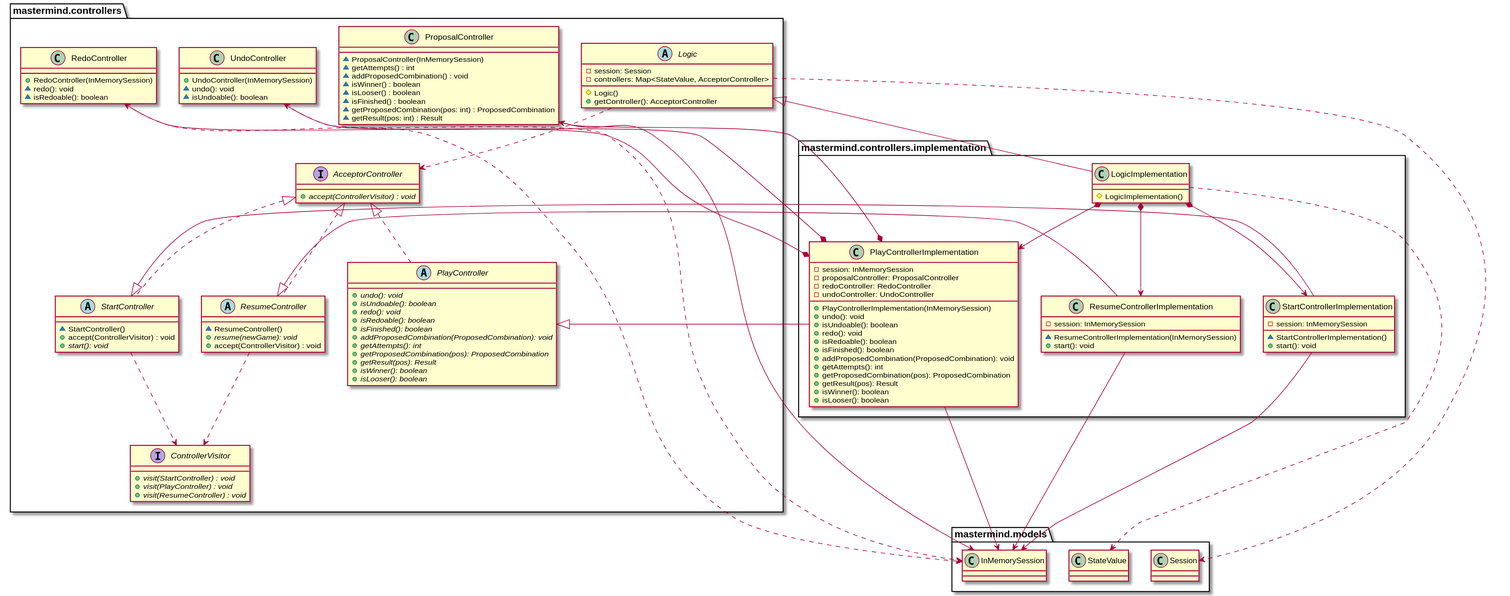
Before: docs/mastermind.controllers.svg, a diagram exported from PlantUML (juanaviladev/dcs-mastermind). Its diagram source:
```plantuml
@startuml

top to bottom direction

interface mastermind.controllers.AcceptorController {
    + {abstract} accept(ControllerVisitor) : void
}
interface mastermind.controllers.ControllerVisitor {
     + {abstract} visit(StartController) : void
     + {abstract} visit(PlayController) : void
     + {abstract} visit(ResumeController) : void
}

class mastermind.controllers.RedoController {
    + RedoController(InMemorySession)
    ~ redo(): void
    ~ isRedoable(): boolean
}
mastermind.controllers.RedoController ..> mastermind.models.InMemorySession

class mastermind.controllers.UndoController {
    + UndoController(InMemorySession)
    ~ undo(): void
    ~ isUndoable(): boolean
}
mastermind.controllers.UndoController ..> mastermind.models.InMemorySession

class mastermind.controllers.ProposalController {
    ~ ProposalController(InMemorySession)
    ~ getAttempts() : int
    ~ addProposedCombination() : void
    ~ isWinner() : boolean
    ~ isLooser() : boolean
    ~ isFinished() : boolean
    ~ getProposedCombination(pos: int) : ProposedCombination
    ~ getResult(pos: int) : Result
}
mastermind.controllers.ProposalController --> mastermind.models.InMemorySession

abstract class mastermind.controllers.PlayController {
    + {abstract} undo(): void
    + {abstract} isUndoable(): boolean
    + {abstract} redo(): void
    + {abstract} isRedoable(): boolean
    + {abstract} isFinished(): boolean
    + {abstract} addProposedCombination(ProposedCombination): void
    + {abstract} getAttempts(): int
    + {abstract} getProposedCombination(pos): ProposedCombination
    + {abstract} getResult(pos): Result
    + {abstract} isWinner(): boolean
    + {abstract} isLooser(): boolean
}
mastermind.controllers.AcceptorController <|.. mastermind.controllers.PlayController

class mastermind.controllers.implementation.PlayControllerImplementation {
    - session: InMemorySession
    - proposalController: ProposalController
    - redoController: RedoController
    - undoController: UndoController
    + PlayControllerImplementation(InMemorySession)
    + undo(): void
    + isUndoable(): boolean
    + redo(): void
    + isRedoable(): boolean
    + isFinished(): boolean
    + addProposedCombination(ProposedCombination): void
    + getAttempts(): int
    + getProposedCombination(pos): ProposedCombination
    + getResult(pos): Result
    + isWinner(): boolean
    + isLooser(): boolean
}
mastermind.controllers.PlayController <|-- mastermind.controllers.implementation.PlayControllerImplementation
mastermind.controllers.implementation.PlayControllerImplementation --> mastermind.models.InMemorySession
mastermind.controllers.implementation.PlayControllerImplementation *--> mastermind.controllers.ProposalController
mastermind.controllers.implementation.PlayControllerImplementation *--> mastermind.controllers.UndoController
mastermind.controllers.implementation.PlayControllerImplementation *--> mastermind.controllers.RedoController

abstract class mastermind.controllers.ResumeController {
   ~ ResumeController()
   + {abstract} resume(newGame): void
   + accept(ControllerVisitor) : void
}
mastermind.controllers.AcceptorController <|.. mastermind.controllers.ResumeController
mastermind.controllers.ResumeController ..> mastermind.controllers.ControllerVisitor

class mastermind.controllers.implementation.ResumeControllerImplementation {
    - session: InMemorySession
    ~ ResumeControllerImplementation(InMemorySession)
    + start(): void
 }
mastermind.controllers.ResumeController <|-- mastermind.controllers.implementation.ResumeControllerImplementation
mastermind.controllers.implementation.ResumeControllerImplementation ---> mastermind.models.InMemorySession

abstract class mastermind.controllers.StartController {
   ~ StartController()
   + accept(ControllerVisitor) : void
   + {abstract} start(): void
}
mastermind.controllers.AcceptorController <|.. mastermind.controllers.StartController
mastermind.controllers.StartController ..> mastermind.controllers.ControllerVisitor

class mastermind.controllers.implementation.StartControllerImplementation {
    - session: InMemorySession
   ~ StartControllerImplementation()
   + start(): void
}
mastermind.controllers.StartController <|-- mastermind.controllers.implementation.StartControllerImplementation
mastermind.controllers.implementation.StartControllerImplementation --> mastermind.models.InMemorySession

abstract class mastermind.controllers.Logic {
    - session: Session
    - controllers: Map<StateValue, AcceptorController>
    # Logic()
    + getController(): AcceptorController
}
mastermind.controllers.Logic ..> mastermind.controllers.AcceptorController
mastermind.controllers.Logic ..> mastermind.models.Session

class mastermind.controllers.implementation.LogicImplementation {
    # LogicImplementation()
}
mastermind.controllers.Logic <|-- mastermind.controllers.implementation.LogicImplementation
mastermind.controllers.implementation.LogicImplementation *--> mastermind.controllers.implementation.PlayControllerImplementation
mastermind.controllers.implementation.LogicImplementation *--> mastermind.controllers.implementation.StartControllerImplementation
mastermind.controllers.implementation.LogicImplementation *--> mastermind.controllers.implementation.ResumeControllerImplementation
mastermind.controllers.implementation.LogicImplementation ..> mastermind.models.StateValue

@enduml
```
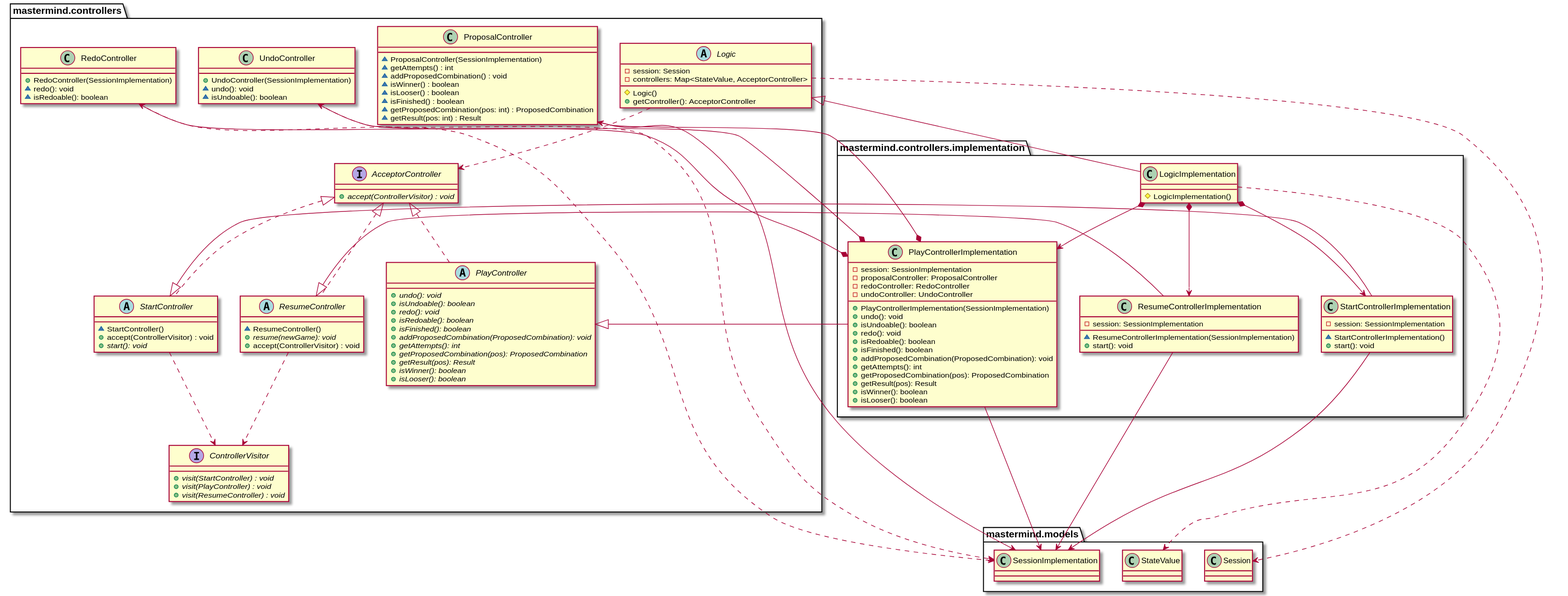
The same file after the commit.

The edit, as a diff of the source:
```diff
@@ -12,21 +12,21 @@
 }
 
 class mastermind.controllers.RedoController {
-    + RedoController(InMemorySession)
+    + RedoController(SessionImplementation)
     ~ redo(): void
     ~ isRedoable(): boolean
 }
-mastermind.controllers.RedoController ..> mastermind.models.InMemorySession
+mastermind.controllers.RedoController ..> mastermind.models.SessionImplementation
 
 class mastermind.controllers.UndoController {
-    + UndoController(InMemorySession)
+    + UndoController(SessionImplementation)
     ~ undo(): void
     ~ isUndoable(): boolean
 }
-mastermind.controllers.UndoController ..> mastermind.models.InMemorySession
+mastermind.controllers.UndoController ..> mastermind.models.SessionImplementation
 
 class mastermind.controllers.ProposalController {
-    ~ ProposalController(InMemorySession)
+    ~ ProposalController(SessionImplementation)
     ~ getAttempts() : int
     ~ addProposedCombination() : void
     ~ isWinner() : boolean
@@ -35,7 +35,7 @@
     ~ getProposedCombination(pos: int) : ProposedCombination
     ~ getResult(pos: int) : Result
 }
-mastermind.controllers.ProposalController --> mastermind.models.InMemorySession
+mastermind.controllers.ProposalController --> mastermind.models.SessionImplementation
 
 abstract class mastermind.controllers.PlayController {
     + {abstract} undo(): void
@@ -53,11 +53,11 @@
 mastermind.controllers.AcceptorController <|.. mastermind.controllers.PlayController
 
 class mastermind.controllers.implementation.PlayControllerImplementation {
-    - session: InMemorySession
+    - session: SessionImplementation
     - proposalController: ProposalController
     - redoController: RedoController
     - undoController: UndoController
-    + PlayControllerImplementation(InMemorySession)
+    + PlayControllerImplementation(SessionImplementation)
     + undo(): void
     + isUndoable(): boolean
     + redo(): void
@@ -71,7 +71,7 @@
     + isLooser(): boolean
 }
 mastermind.controllers.PlayController <|-- mastermind.controllers.implementation.PlayControllerImplementation
-mastermind.controllers.implementation.PlayControllerImplementation --> mastermind.models.InMemorySession
+mastermind.controllers.implementation.PlayControllerImplementation --> mastermind.models.SessionImplementation
 mastermind.controllers.implementation.PlayControllerImplementation *--> mastermind.controllers.ProposalController
 mastermind.controllers.implementation.PlayControllerImplementation *--> mastermind.controllers.UndoController
 mastermind.controllers.implementation.PlayControllerImplementation *--> mastermind.controllers.RedoController
@@ -85,12 +85,12 @@
 mastermind.controllers.ResumeController ..> mastermind.controllers.ControllerVisitor
 
 class mastermind.controllers.implementation.ResumeControllerImplementation {
-    - session: InMemorySession
-    ~ ResumeControllerImplementation(InMemorySession)
+    - session: SessionImplementation
+    ~ ResumeControllerImplementation(SessionImplementation)
     + start(): void
  }
 mastermind.controllers.ResumeController <|-- mastermind.controllers.implementation.ResumeControllerImplementation
-mastermind.controllers.implementation.ResumeControllerImplementation ---> mastermind.models.InMemorySession
+mastermind.controllers.implementation.ResumeControllerImplementation ---> mastermind.models.SessionImplementation
 
 abstract class mastermind.controllers.StartController {
    ~ StartController()
@@ -101,12 +101,12 @@
 mastermind.controllers.StartController ..> mastermind.controllers.ControllerVisitor
 
 class mastermind.controllers.implementation.StartControllerImplementation {
-    - session: InMemorySession
+    - session: SessionImplementation
    ~ StartControllerImplementation()
    + start(): void
 }
 mastermind.controllers.StartController <|-- mastermind.controllers.implementation.StartControllerImplementation
-mastermind.controllers.implementation.StartControllerImplementation --> mastermind.models.InMemorySession
+mastermind.controllers.implementation.StartControllerImplementation --> mastermind.models.SessionImplementation
 
 abstract class mastermind.controllers.Logic {
     - session: Session
```
